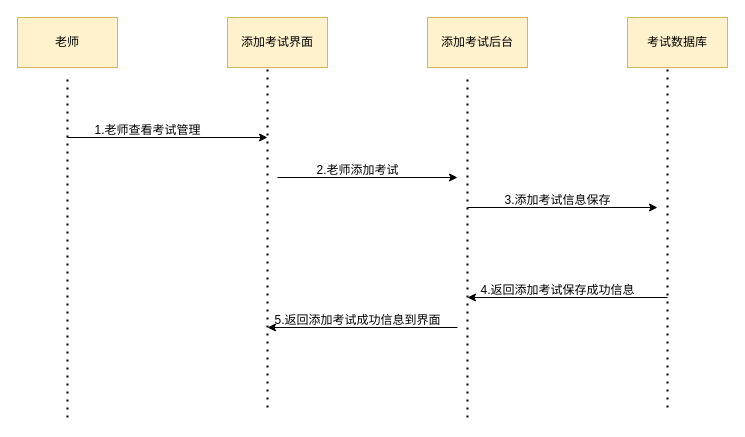
The draw.io diagram 未命名绘图.drawio in yangyutf/gr_flues, before the edit. Source tidied: cells renumbered, new cells numbered last; positions are measured from the earlier drawing's top-left corner, leaving out a move shared by most shapes. Both pictures are drawn from the tidied source at 100%, with x=0, y=0 at pixel (17, 17).
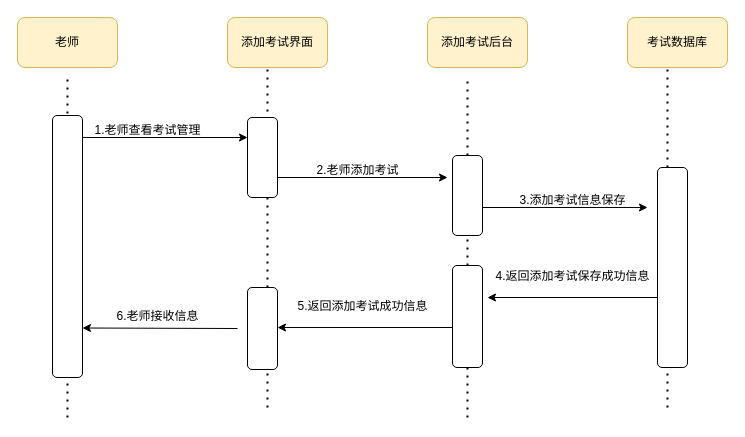
The same diagram, later.

Commit message (it also covers changes not shown here):
更新未命名绘图.drawio

Change to the diagram source:
```diff
@@
-    <mxCell id="2" value="老师" style="rounded=0;whiteSpace=wrap;html=1;fillColor=#fff2cc;strokeColor=#d6b656;" parent="1" vertex="1">
+    <mxCell id="2" value="老师" style="rounded=1;whiteSpace=wrap;html=1;fillColor=#fff2cc;strokeColor=#d6b656;" parent="1" vertex="1">
       <mxGeometry width="100" height="50" as="geometry" />
     </mxCell>
-    <mxCell id="3" value="添加考试界面" style="rounded=0;whiteSpace=wrap;html=1;fillColor=#fff2cc;strokeColor=#d6b656;" parent="1" vertex="1">
+    <mxCell id="3" value="添加考试界面" style="rounded=1;whiteSpace=wrap;html=1;fillColor=#fff2cc;strokeColor=#d6b656;" parent="1" vertex="1">
       <mxGeometry x="210" width="100" height="50" as="geometry" />
     </mxCell>
-    <mxCell id="4" value="添加考试后台" style="rounded=0;whiteSpace=wrap;html=1;fillColor=#fff2cc;strokeColor=#d6b656;" parent="1" vertex="1">
+    <mxCell id="4" value="添加考试后台" style="rounded=1;whiteSpace=wrap;html=1;fillColor=#fff2cc;strokeColor=#d6b656;" parent="1" vertex="1">
       <mxGeometry x="410" width="100" height="50" as="geometry" />
     </mxCell>
-    <mxCell id="5" value="考试数据库" style="rounded=0;whiteSpace=wrap;html=1;fillColor=#fff2cc;strokeColor=#d6b656;" parent="1" vertex="1">
+    <mxCell id="5" value="考试数据库" style="rounded=1;whiteSpace=wrap;html=1;fillColor=#fff2cc;strokeColor=#d6b656;" parent="1" vertex="1">
       <mxGeometry x="610" width="100" height="50" as="geometry" />
     </mxCell>
@@
-    <mxCell id="8" style="endArrow=none;dashed=1;html=1;dashPattern=1 3;strokeWidth=2;rounded=0;" parent="1" edge="1">
+    <mxCell id="8" style="endArrow=none;dashed=1;html=1;dashPattern=1 3;strokeWidth=2;rounded=0;" parent="1" edge="1" source="22">
       <mxGeometry relative="1" as="geometry">
-        <mxPoint x="450" y="400" as="sourcePoint" />
         <mxPoint x="450" y="60" as="targetPoint" />
       </mxGeometry>
     </mxCell>
@@
-    <mxCell id="10" style="endArrow=classic;html=1;rounded=0;" parent="1" edge="1">
+    <mxCell id="10" style="endArrow=classic;html=1;rounded=0;entryX=0;entryY=0.25;entryDx=0;entryDy=0;" parent="1" edge="1" target="20">
       <mxGeometry relative="1" as="geometry">
-        <mxPoint x="50" y="120" as="sourcePoint" />
-        <mxPoint x="250" y="120" as="targetPoint" />
+        <mxPoint x="45" y="120" as="sourcePoint" />
       </mxGeometry>
     </mxCell>
@@
     <mxCell id="12" style="endArrow=classic;html=1;rounded=0;" parent="1" edge="1">
       <mxGeometry relative="1" as="geometry">
         <mxPoint x="260" y="160" as="sourcePoint" />
-        <mxPoint x="440" y="160" as="targetPoint" />
+        <mxPoint x="430" y="160" as="targetPoint" />
       </mxGeometry>
     </mxCell>
@@
     <mxCell id="14" style="endArrow=classic;html=1;rounded=0;" parent="1" edge="1">
       <mxGeometry relative="1" as="geometry">
         <mxPoint x="450" y="190" as="sourcePoint" />
-        <mxPoint x="640" y="190" as="targetPoint" />
+        <mxPoint x="630" y="190" as="targetPoint" />
       </mxGeometry>
     </mxCell>
     <mxCell id="15" value="3.添加考试信息保存" style="text;html=1;align=center;verticalAlign=middle;strokeColor=none;fillColor=none;" parent="1" vertex="1">
-      <mxGeometry x="475" y="168" width="130" height="30" as="geometry" />
+      <mxGeometry x="490" y="168" width="130" height="30" as="geometry" />
     </mxCell>
     <mxCell id="16" style="endArrow=classic;html=1;rounded=0;" parent="1" edge="1">
       <mxGeometry relative="1" as="geometry">
         <mxPoint x="650" y="280" as="sourcePoint" />
-        <mxPoint x="450" y="280" as="targetPoint" />
+        <mxPoint x="470" y="280" as="targetPoint" />
       </mxGeometry>
     </mxCell>
     <mxCell id="17" value="4.返回添加考试保存成功信息" style="text;html=1;align=center;verticalAlign=middle;strokeColor=none;fillColor=none;" parent="1" vertex="1">
-      <mxGeometry x="450" y="258" width="180" height="30" as="geometry" />
+      <mxGeometry x="465" y="244" width="180" height="30" as="geometry" />
     </mxCell>
-    <mxCell id="18" style="endArrow=classic;html=1;rounded=0;" parent="1" edge="1">
+    <mxCell id="18" style="endArrow=classic;html=1;rounded=0;entryX=1;entryY=0.488;entryDx=0;entryDy=0;entryPerimeter=0;" parent="1" edge="1" target="26">
       <mxGeometry relative="1" as="geometry">
         <mxPoint x="440" y="310" as="sourcePoint" />
-        <mxPoint x="250" y="310" as="targetPoint" />
       </mxGeometry>
     </mxCell>
-    <mxCell id="19" value="5.返回添加考试成功信息到界面" style="text;html=1;align=center;verticalAlign=middle;strokeColor=none;fillColor=none;" parent="1" vertex="1">
-      <mxGeometry x="245" y="288" width="190" height="30" as="geometry" />
+    <mxCell id="19" value="5.返回添加考试成功信息" style="text;html=1;align=center;verticalAlign=middle;strokeColor=none;fillColor=none;" parent="1" vertex="1">
+      <mxGeometry x="270" y="274" width="150" height="30" as="geometry" />
     </mxCell>
+    <mxCell id="20" style="rounded=1;whiteSpace=wrap;html=1;" parent="1" vertex="1">
+      <mxGeometry x="230" y="100" width="30" height="80" as="geometry" />
+    </mxCell>
+    <mxCell id="21" style="endArrow=none;dashed=1;html=1;dashPattern=1 3;strokeWidth=2;rounded=0;" parent="1" edge="1" source="25" target="22">
+      <mxGeometry relative="1" as="geometry" />
+    </mxCell>
+    <mxCell id="22" style="rounded=1;whiteSpace=wrap;html=1;" parent="1" vertex="1">
+      <mxGeometry x="435" y="138" width="30" height="80" as="geometry" />
+    </mxCell>
+    <mxCell id="23" style="rounded=1;whiteSpace=wrap;html=1;" parent="1" vertex="1">
+      <mxGeometry x="640" y="150" width="30" height="200" as="geometry" />
+    </mxCell>
+    <mxCell id="24" style="endArrow=none;dashed=1;html=1;dashPattern=1 3;strokeWidth=2;rounded=0;" parent="1" edge="1" target="25">
+      <mxGeometry relative="1" as="geometry">
+        <mxPoint x="450" y="400" as="sourcePoint" />
+      </mxGeometry>
+    </mxCell>
+    <mxCell id="25" style="rounded=1;whiteSpace=wrap;html=1;" parent="1" vertex="1">
+      <mxGeometry x="435" y="248" width="30" height="102" as="geometry" />
+    </mxCell>
+    <mxCell id="26" style="rounded=1;whiteSpace=wrap;html=1;" parent="1" vertex="1">
+      <mxGeometry x="230" y="270" width="30" height="82" as="geometry" />
+    </mxCell>
+    <mxCell id="27" style="rounded=1;whiteSpace=wrap;html=1;" parent="1" vertex="1">
+      <mxGeometry x="35" y="98" width="30" height="262" as="geometry" />
+    </mxCell>
+    <mxCell id="28" style="endArrow=classic;html=1;rounded=0;entryX=1;entryY=0.488;entryDx=0;entryDy=0;entryPerimeter=0;" parent="1" edge="1">
+      <mxGeometry relative="1" as="geometry">
+        <mxPoint x="220" y="311" as="sourcePoint" />
+        <mxPoint x="65" y="310.5" as="targetPoint" />
+      </mxGeometry>
+    </mxCell>
+    <mxCell id="29" value="6.老师接收信息" style="text;html=1;align=center;verticalAlign=middle;strokeColor=none;fillColor=none;" parent="1" vertex="1">
+      <mxGeometry x="85" y="284" width="110" height="30" as="geometry" />
+    </mxCell>
```
